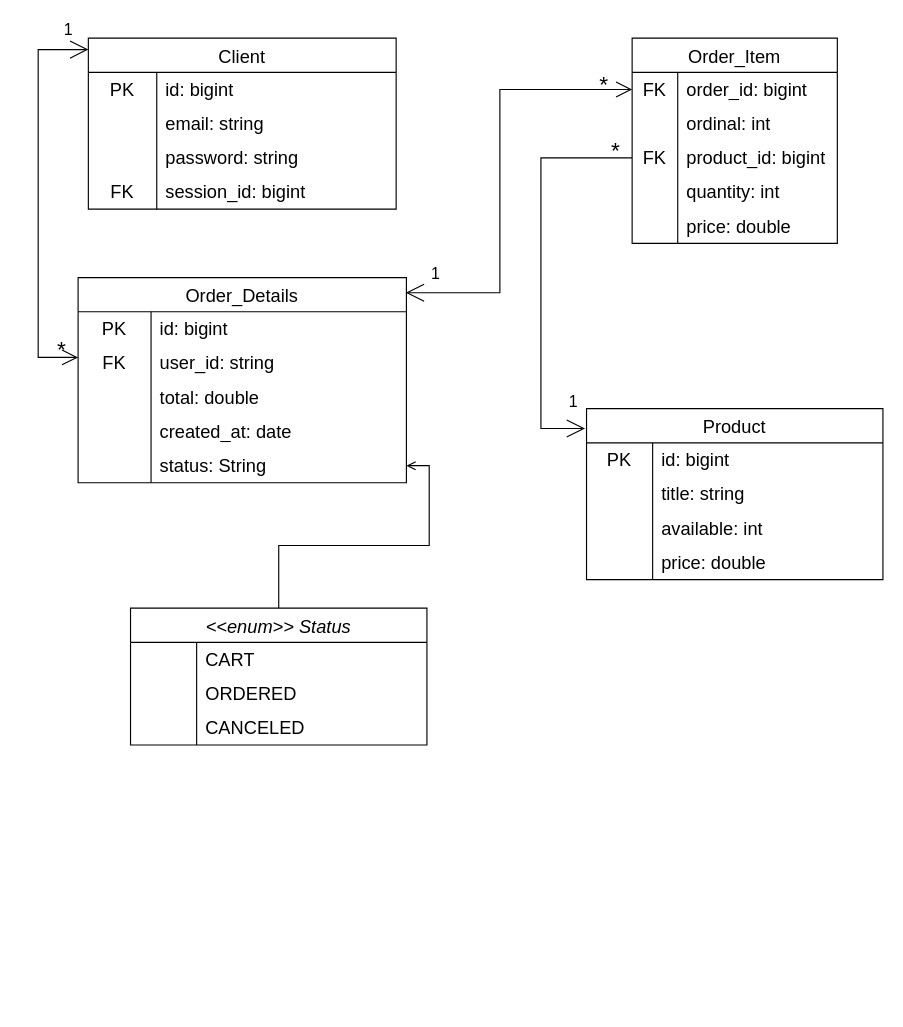
This is docs/shop-api.drawio from aniazio/shop-api, a draw.io file, before an edit. Source tidied: cells renumbered, new cells numbered last; positions are measured from the earlier drawing's top-left corner, leaving out a move shared by most shapes. Both pictures are drawn from the tidied source at 114%, with x=0, y=0 at pixel (38, 38).
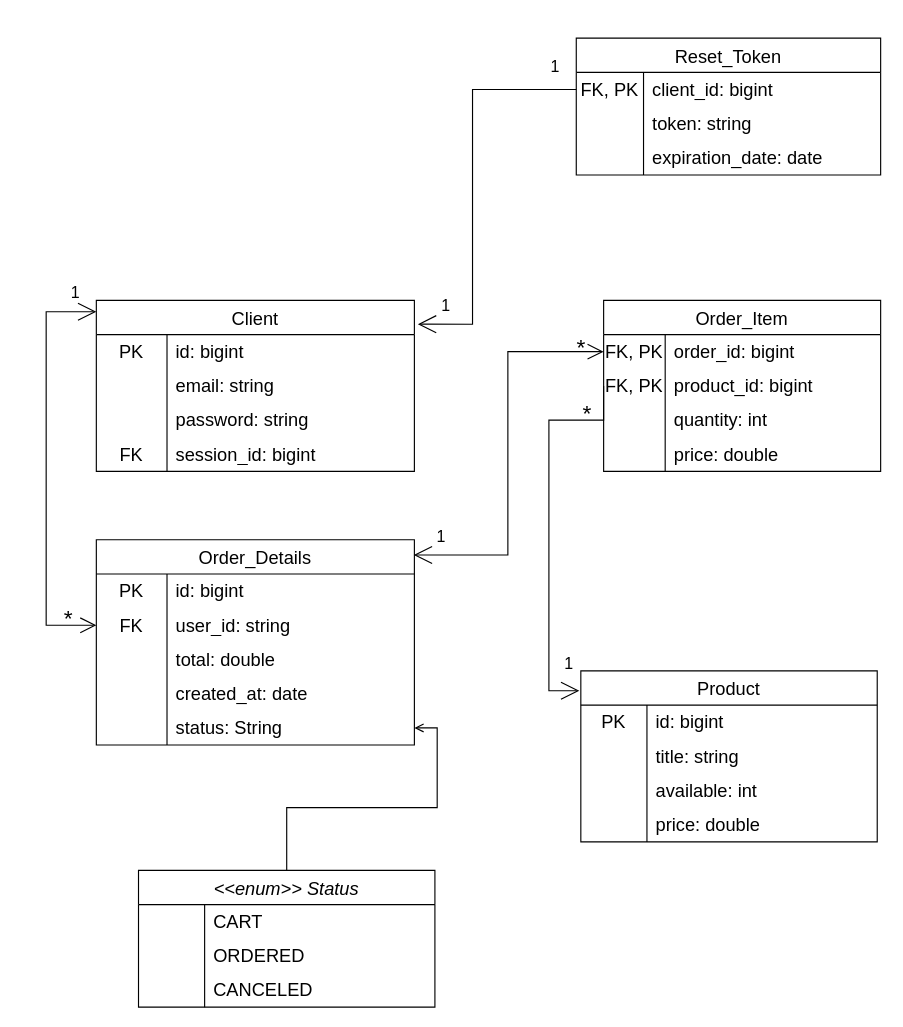
The same diagram, later.

What changed in the source:
```diff
@@
     <mxCell id="2" value="Order_Item" style="shape=table;startSize=30;childLayout=tableLayout;rowLines=0;fontStyle=0;strokeColor=default;fontSize=16;" parent="1" vertex="1">
-      <mxGeometry x="521" width="180" height="180" as="geometry" />
+      <mxGeometry x="496" y="230" width="243" height="150" as="geometry" />
     </mxCell>
     <mxCell id="3" style="shape=tableRow;horizontal=0;startSize=0;swimlaneHead=0;swimlaneBody=0;top=0;left=0;bottom=0;right=0;fillColor=none;points=[[0,0.5],[1,0.5]];portConstraint=eastwest;strokeColor=inherit;fontSize=16;" parent="2" vertex="1">
-      <mxGeometry y="30" width="180" height="30" as="geometry" />
+      <mxGeometry y="30" width="243" height="30" as="geometry" />
     </mxCell>
-    <mxCell id="4" value="FK" style="shape=partialRectangle;html=1;whiteSpace=wrap;fillColor=none;top=0;left=0;bottom=0;right=0;overflow=hidden;strokeColor=inherit;fontSize=16;" parent="3" vertex="1">
-      <mxGeometry width="40" height="30" as="geometry" />
+    <mxCell id="4" value="FK, PK" style="shape=partialRectangle;html=1;whiteSpace=wrap;fillColor=none;top=0;left=0;bottom=0;right=0;overflow=hidden;strokeColor=inherit;fontSize=16;" parent="3" vertex="1">
+      <mxGeometry width="54" height="30" as="geometry" />
     </mxCell>
     <mxCell id="5" value="order_id: bigint" style="shape=partialRectangle;html=1;whiteSpace=wrap;fillColor=none;top=0;left=0;bottom=0;right=0;align=left;spacingLeft=6;overflow=hidden;strokeColor=inherit;fontSize=16;" parent="3" vertex="1">
-      <mxGeometry x="40" width="140" height="30" as="geometry" />
+      <mxGeometry x="54" width="189" height="30" as="geometry" />
     </mxCell>
-    <mxCell id="6" style="shape=tableRow;horizontal=0;startSize=0;swimlaneHead=0;swimlaneBody=0;top=0;left=0;bottom=0;right=0;fillColor=none;strokeColor=inherit;fontSize=16;" parent="2" vertex="1">
-      <mxGeometry y="60" width="180" height="30" as="geometry" />
-    </mxCell>
-    <mxCell id="7" style="shape=partialRectangle;html=1;whiteSpace=wrap;fillColor=none;top=0;left=0;bottom=0;right=0;overflow=hidden;strokeColor=inherit;fontSize=16;" parent="6" vertex="1">
-      <mxGeometry width="40" height="30" as="geometry" />
-    </mxCell>
-    <mxCell id="8" value="ordinal: int" style="shape=partialRectangle;html=1;whiteSpace=wrap;fillColor=none;top=0;left=0;bottom=0;right=0;align=left;spacingLeft=6;overflow=hidden;strokeColor=inherit;fontSize=16;" parent="6" vertex="1">
-      <mxGeometry x="40" width="140" height="30" as="geometry" />
-    </mxCell>
     <mxCell id="9" style="shape=tableRow;horizontal=0;startSize=0;swimlaneHead=0;swimlaneBody=0;top=0;left=0;bottom=0;right=0;fillColor=none;points=[[0,0.5],[1,0.5]];portConstraint=eastwest;strokeColor=inherit;fontSize=16;" parent="2" vertex="1">
-      <mxGeometry y="90" width="180" height="30" as="geometry" />
+      <mxGeometry y="60" width="243" height="30" as="geometry" />
     </mxCell>
-    <mxCell id="10" value="FK" style="shape=partialRectangle;html=1;whiteSpace=wrap;fillColor=none;top=0;left=0;bottom=0;right=0;overflow=hidden;strokeColor=inherit;fontSize=16;" parent="9" vertex="1">
-      <mxGeometry width="40" height="30" as="geometry" />
+    <mxCell id="10" value="FK, PK" style="shape=partialRectangle;html=1;whiteSpace=wrap;fillColor=none;top=0;left=0;bottom=0;right=0;overflow=hidden;strokeColor=inherit;fontSize=16;" parent="9" vertex="1">
+      <mxGeometry width="54" height="30" as="geometry" />
     </mxCell>
     <mxCell id="11" value="product_id: bigint" style="shape=partialRectangle;html=1;whiteSpace=wrap;fillColor=none;top=0;left=0;bottom=0;right=0;align=left;spacingLeft=6;overflow=hidden;strokeColor=inherit;fontSize=16;" parent="9" vertex="1">
-      <mxGeometry x="40" width="140" height="30" as="geometry" />
+      <mxGeometry x="54" width="189" height="30" as="geometry" />
     </mxCell>
     <mxCell id="12" style="shape=tableRow;horizontal=0;startSize=0;swimlaneHead=0;swimlaneBody=0;top=0;left=0;bottom=0;right=0;fillColor=none;strokeColor=inherit;fontSize=16;" parent="2" vertex="1">
-      <mxGeometry y="120" width="180" height="30" as="geometry" />
+      <mxGeometry y="90" width="243" height="30" as="geometry" />
     </mxCell>
     <mxCell id="13" style="shape=partialRectangle;html=1;whiteSpace=wrap;fillColor=none;top=0;left=0;bottom=0;right=0;overflow=hidden;strokeColor=inherit;fontSize=16;" parent="12" vertex="1">
-      <mxGeometry width="40" height="30" as="geometry" />
+      <mxGeometry width="54" height="30" as="geometry" />
     </mxCell>
     <mxCell id="14" value="quantity: int" style="shape=partialRectangle;html=1;whiteSpace=wrap;fillColor=none;top=0;left=0;bottom=0;right=0;align=left;spacingLeft=6;overflow=hidden;strokeColor=inherit;fontSize=16;" parent="12" vertex="1">
-      <mxGeometry x="40" width="140" height="30" as="geometry" />
+      <mxGeometry x="54" width="189" height="30" as="geometry" />
     </mxCell>
     <mxCell id="15" style="shape=tableRow;horizontal=0;startSize=0;swimlaneHead=0;swimlaneBody=0;top=0;left=0;bottom=0;right=0;fillColor=none;strokeColor=inherit;fontSize=16;" parent="2" vertex="1">
-      <mxGeometry y="150" width="180" height="30" as="geometry" />
+      <mxGeometry y="120" width="243" height="30" as="geometry" />
     </mxCell>
     <mxCell id="16" style="shape=partialRectangle;html=1;whiteSpace=wrap;fillColor=none;top=0;left=0;bottom=0;right=0;overflow=hidden;strokeColor=inherit;fontSize=16;" parent="15" vertex="1">
-      <mxGeometry width="40" height="30" as="geometry" />
+      <mxGeometry width="54" height="30" as="geometry" />
     </mxCell>
     <mxCell id="17" value="price: double" style="shape=partialRectangle;html=1;whiteSpace=wrap;fillColor=none;top=0;left=0;bottom=0;right=0;align=left;spacingLeft=6;overflow=hidden;strokeColor=inherit;fontSize=16;" parent="15" vertex="1">
-      <mxGeometry x="40" width="140" height="30" as="geometry" />
+      <mxGeometry x="54" width="189" height="30" as="geometry" />
     </mxCell>
     <mxCell id="18" value="Order_Details" style="shape=table;startSize=30;childLayout=tableLayout;rowLines=0;fontStyle=0;strokeColor=default;fontSize=16;" parent="1" vertex="1">
-      <mxGeometry x="35" y="210" width="288" height="180" as="geometry" />
+      <mxGeometry x="51" y="440" width="279" height="180" as="geometry" />
     </mxCell>
     <mxCell id="19" style="shape=tableRow;horizontal=0;startSize=0;swimlaneHead=0;swimlaneBody=0;top=0;left=0;bottom=0;right=0;fillColor=none;strokeColor=inherit;fontSize=16;" parent="18" vertex="1">
-      <mxGeometry y="30" width="288" height="30" as="geometry" />
+      <mxGeometry y="30" width="279" height="30" as="geometry" />
     </mxCell>
     <mxCell id="20" value="PK" style="shape=partialRectangle;html=1;whiteSpace=wrap;fillColor=none;top=0;left=0;bottom=0;right=0;overflow=hidden;strokeColor=inherit;fontSize=16;" parent="19" vertex="1">
-      <mxGeometry width="64" height="30" as="geometry" />
+      <mxGeometry width="62" height="30" as="geometry" />
     </mxCell>
     <mxCell id="21" value="id: bigint" style="shape=partialRectangle;html=1;whiteSpace=wrap;fillColor=none;top=0;left=0;bottom=0;right=0;align=left;spacingLeft=6;overflow=hidden;strokeColor=inherit;fontSize=16;" parent="19" vertex="1">
-      <mxGeometry x="64" width="224" height="30" as="geometry" />
+      <mxGeometry x="62" width="217" height="30" as="geometry" />
     </mxCell>
     <mxCell id="22" style="shape=tableRow;horizontal=0;startSize=0;swimlaneHead=0;swimlaneBody=0;top=0;left=0;bottom=0;right=0;fillColor=none;points=[[0,0.5],[1,0.5]];portConstraint=eastwest;strokeColor=inherit;fontSize=16;" parent="18" vertex="1">
-      <mxGeometry y="60" width="288" height="30" as="geometry" />
+      <mxGeometry y="60" width="279" height="30" as="geometry" />
     </mxCell>
     <mxCell id="23" value="FK" style="shape=partialRectangle;html=1;whiteSpace=wrap;fillColor=none;top=0;left=0;bottom=0;right=0;overflow=hidden;strokeColor=inherit;fontSize=16;" parent="22" vertex="1">
-      <mxGeometry width="64" height="30" as="geometry" />
+      <mxGeometry width="62" height="30" as="geometry" />
     </mxCell>
     <mxCell id="24" value="user_id: string" style="shape=partialRectangle;html=1;whiteSpace=wrap;fillColor=none;top=0;left=0;bottom=0;right=0;align=left;spacingLeft=6;overflow=hidden;strokeColor=inherit;fontSize=16;" parent="22" vertex="1">
-      <mxGeometry x="64" width="224" height="30" as="geometry" />
+      <mxGeometry x="62" width="217" height="30" as="geometry" />
     </mxCell>
     <mxCell id="25" style="shape=tableRow;horizontal=0;startSize=0;swimlaneHead=0;swimlaneBody=0;top=0;left=0;bottom=0;right=0;fillColor=none;strokeColor=inherit;fontSize=16;" parent="18" vertex="1">
-      <mxGeometry y="90" width="288" height="30" as="geometry" />
+      <mxGeometry y="90" width="279" height="30" as="geometry" />
     </mxCell>
     <mxCell id="26" style="shape=partialRectangle;html=1;whiteSpace=wrap;fillColor=none;top=0;left=0;bottom=0;right=0;overflow=hidden;strokeColor=inherit;fontSize=16;" parent="25" vertex="1">
-      <mxGeometry width="64" height="30" as="geometry" />
+      <mxGeometry width="62" height="30" as="geometry" />
     </mxCell>
     <mxCell id="27" value="total: double" style="shape=partialRectangle;html=1;whiteSpace=wrap;fillColor=none;top=0;left=0;bottom=0;right=0;align=left;spacingLeft=6;overflow=hidden;strokeColor=inherit;fontSize=16;" parent="25" vertex="1">
-      <mxGeometry x="64" width="224" height="30" as="geometry" />
+      <mxGeometry x="62" width="217" height="30" as="geometry" />
     </mxCell>
     <mxCell id="28" style="shape=tableRow;horizontal=0;startSize=0;swimlaneHead=0;swimlaneBody=0;top=0;left=0;bottom=0;right=0;fillColor=none;strokeColor=inherit;fontSize=16;" parent="18" vertex="1">
-      <mxGeometry y="120" width="288" height="30" as="geometry" />
+      <mxGeometry y="120" width="279" height="30" as="geometry" />
     </mxCell>
     <mxCell id="29" style="shape=partialRectangle;html=1;whiteSpace=wrap;fillColor=none;top=0;left=0;bottom=0;right=0;overflow=hidden;strokeColor=inherit;fontSize=16;" parent="28" vertex="1">
-      <mxGeometry width="64" height="30" as="geometry" />
+      <mxGeometry width="62" height="30" as="geometry" />
     </mxCell>
     <mxCell id="30" value="created_at: date" style="shape=partialRectangle;html=1;whiteSpace=wrap;fillColor=none;top=0;left=0;bottom=0;right=0;align=left;spacingLeft=6;overflow=hidden;strokeColor=inherit;fontSize=16;" parent="28" vertex="1">
-      <mxGeometry x="64" width="224" height="30" as="geometry" />
+      <mxGeometry x="62" width="217" height="30" as="geometry" />
     </mxCell>
     <mxCell id="31" style="shape=tableRow;horizontal=0;startSize=0;swimlaneHead=0;swimlaneBody=0;top=0;left=0;bottom=0;right=0;fillColor=none;points=[[0,0.5],[1,0.5]];portConstraint=eastwest;strokeColor=inherit;fontSize=16;" parent="18" vertex="1">
-      <mxGeometry y="150" width="288" height="30" as="geometry" />
+      <mxGeometry y="150" width="279" height="30" as="geometry" />
     </mxCell>
     <mxCell id="32" style="shape=partialRectangle;html=1;whiteSpace=wrap;fillColor=none;top=0;left=0;bottom=0;right=0;overflow=hidden;strokeColor=inherit;fontSize=16;" parent="31" vertex="1">
-      <mxGeometry width="64" height="30" as="geometry" />
+      <mxGeometry width="62" height="30" as="geometry" />
     </mxCell>
     <mxCell id="33" value="status: String" style="shape=partialRectangle;html=1;whiteSpace=wrap;fillColor=none;top=0;left=0;bottom=0;right=0;align=left;spacingLeft=6;overflow=hidden;strokeColor=inherit;fontSize=16;" parent="31" vertex="1">
-      <mxGeometry x="64" width="224" height="30" as="geometry" />
+      <mxGeometry x="62" width="217" height="30" as="geometry" />
     </mxCell>
     <mxCell id="34" value="Product" style="shape=table;startSize=30;childLayout=tableLayout;rowLines=0;fontStyle=0;strokeColor=default;fontSize=16;" parent="1" vertex="1">
-      <mxGeometry x="481" y="325" width="260" height="150" as="geometry" />
+      <mxGeometry x="476" y="555" width="260" height="150" as="geometry" />
     </mxCell>
@@
     <mxCell id="47" value="Client" style="shape=table;startSize=30;childLayout=tableLayout;rowLines=0;fontStyle=0;strokeColor=default;fontSize=16;" parent="1" vertex="1">
-      <mxGeometry x="44" width="270" height="150" as="geometry" />
+      <mxGeometry x="51" y="230" width="279" height="150" as="geometry" />
     </mxCell>
     <mxCell id="48" style="shape=tableRow;horizontal=0;startSize=0;swimlaneHead=0;swimlaneBody=0;top=0;left=0;bottom=0;right=0;fillColor=none;strokeColor=inherit;fontSize=16;" parent="47" vertex="1">
-      <mxGeometry y="30" width="270" height="30" as="geometry" />
+      <mxGeometry y="30" width="279" height="30" as="geometry" />
     </mxCell>
     <mxCell id="49" value="PK" style="shape=partialRectangle;html=1;whiteSpace=wrap;fillColor=none;top=0;left=0;bottom=0;right=0;overflow=hidden;strokeColor=inherit;fontSize=16;" parent="48" vertex="1">
-      <mxGeometry width="60" height="30" as="geometry" />
+      <mxGeometry width="62" height="30" as="geometry" />
     </mxCell>
     <mxCell id="50" value="id: bigint" style="shape=partialRectangle;html=1;whiteSpace=wrap;fillColor=none;top=0;left=0;bottom=0;right=0;align=left;spacingLeft=6;overflow=hidden;strokeColor=inherit;fontSize=16;" parent="48" vertex="1">
-      <mxGeometry x="60" width="210" height="30" as="geometry" />
+      <mxGeometry x="62" width="217" height="30" as="geometry" />
     </mxCell>
     <mxCell id="51" style="shape=tableRow;horizontal=0;startSize=0;swimlaneHead=0;swimlaneBody=0;top=0;left=0;bottom=0;right=0;fillColor=none;strokeColor=inherit;fontSize=16;" parent="47" vertex="1">
-      <mxGeometry y="60" width="270" height="30" as="geometry" />
+      <mxGeometry y="60" width="279" height="30" as="geometry" />
     </mxCell>
     <mxCell id="52" style="shape=partialRectangle;html=1;whiteSpace=wrap;fillColor=none;top=0;left=0;bottom=0;right=0;overflow=hidden;strokeColor=inherit;fontSize=16;" parent="51" vertex="1">
-      <mxGeometry width="60" height="30" as="geometry" />
+      <mxGeometry width="62" height="30" as="geometry" />
     </mxCell>
     <mxCell id="53" value="email: string" style="shape=partialRectangle;html=1;whiteSpace=wrap;fillColor=none;top=0;left=0;bottom=0;right=0;align=left;spacingLeft=6;overflow=hidden;strokeColor=inherit;fontSize=16;" parent="51" vertex="1">
-      <mxGeometry x="60" width="210" height="30" as="geometry" />
+      <mxGeometry x="62" width="217" height="30" as="geometry" />
     </mxCell>
     <mxCell id="54" style="shape=tableRow;horizontal=0;startSize=0;swimlaneHead=0;swimlaneBody=0;top=0;left=0;bottom=0;right=0;fillColor=none;strokeColor=inherit;fontSize=16;" parent="47" vertex="1">
-      <mxGeometry y="90" width="270" height="30" as="geometry" />
+      <mxGeometry y="90" width="279" height="30" as="geometry" />
     </mxCell>
     <mxCell id="55" style="shape=partialRectangle;html=1;whiteSpace=wrap;fillColor=none;top=0;left=0;bottom=0;right=0;overflow=hidden;strokeColor=inherit;fontSize=16;" parent="54" vertex="1">
-      <mxGeometry width="60" height="30" as="geometry" />
+      <mxGeometry width="62" height="30" as="geometry" />
     </mxCell>
     <mxCell id="56" value="password: string" style="shape=partialRectangle;html=1;whiteSpace=wrap;fillColor=none;top=0;left=0;bottom=0;right=0;align=left;spacingLeft=6;overflow=hidden;strokeColor=inherit;fontSize=16;" parent="54" vertex="1">
-      <mxGeometry x="60" width="210" height="30" as="geometry" />
+      <mxGeometry x="62" width="217" height="30" as="geometry" />
     </mxCell>
     <mxCell id="57" style="shape=tableRow;horizontal=0;startSize=0;swimlaneHead=0;swimlaneBody=0;top=0;left=0;bottom=0;right=0;fillColor=none;strokeColor=inherit;fontSize=16;" parent="47" vertex="1">
-      <mxGeometry y="120" width="270" height="30" as="geometry" />
+      <mxGeometry y="120" width="279" height="30" as="geometry" />
     </mxCell>
     <mxCell id="58" value="FK" style="shape=partialRectangle;html=1;whiteSpace=wrap;fillColor=none;top=0;left=0;bottom=0;right=0;overflow=hidden;strokeColor=inherit;fontSize=16;" parent="57" vertex="1">
-      <mxGeometry width="60" height="30" as="geometry" />
+      <mxGeometry width="62" height="30" as="geometry" />
     </mxCell>
     <mxCell id="59" value="session_id: bigint" style="shape=partialRectangle;html=1;whiteSpace=wrap;fillColor=none;top=0;left=0;bottom=0;right=0;align=left;spacingLeft=6;overflow=hidden;strokeColor=inherit;fontSize=16;" parent="57" vertex="1">
-      <mxGeometry x="60" width="210" height="30" as="geometry" />
+      <mxGeometry x="62" width="217" height="30" as="geometry" />
     </mxCell>
     <mxCell id="60" value="&lt;font style=&quot;font-size: 14px;&quot;&gt;1&lt;/font&gt;" style="endArrow=open;html=1;endSize=12;startArrow=open;startSize=14;startFill=0;edgeStyle=orthogonalEdgeStyle;align=left;verticalAlign=bottom;rounded=0;exitX=0.998;exitY=0.074;exitDx=0;exitDy=0;endFill=0;entryX=0;entryY=0.5;entryDx=0;entryDy=0;exitPerimeter=0;" parent="1" edge="1" source="18" target="3">
       <mxGeometry x="-0.89" y="5" relative="1" as="geometry">
         <Array as="points">
-          <mxPoint x="405" y="223" />
-          <mxPoint x="405" y="45" />
+          <mxPoint x="412" y="453" />
+          <mxPoint x="412" y="275" />
         </Array>
       </mxGeometry>
     </mxCell>
     <mxCell id="61" value="&lt;span style=&quot;font-size: 20px;&quot;&gt;*&lt;/span&gt;" style="text;html=1;align=center;verticalAlign=middle;strokeColor=none;fillColor=none;" parent="1" vertex="1">
-      <mxGeometry x="481" y="20" width="30" height="40" as="geometry" />
+      <mxGeometry x="461" y="250" width="30" height="40" as="geometry" />
     </mxCell>
     <mxCell id="62" value="&lt;font style=&quot;font-size: 14px;&quot;&gt;1&lt;/font&gt;" style="endArrow=none;html=1;endSize=12;startArrow=open;startSize=14;startFill=0;edgeStyle=orthogonalEdgeStyle;align=left;verticalAlign=bottom;rounded=0;endFill=0;entryX=0;entryY=0.5;entryDx=0;entryDy=0;exitX=-0.005;exitY=0.116;exitDx=0;exitDy=0;exitPerimeter=0;" parent="1" edge="1" source="34" target="9">
       <mxGeometry x="-0.91" y="-12" relative="1" as="geometry">
         <Array as="points">
-          <mxPoint x="441" y="342" />
-          <mxPoint x="441" y="105" />
+          <mxPoint x="448" y="572" />
+          <mxPoint x="448" y="335" />
         </Array>
       </mxGeometry>
     </mxCell>
     <mxCell id="63" value="&lt;span style=&quot;font-size: 20px; text-align: center; text-wrap: nowrap;&quot;&gt;*&lt;/span&gt;" style="text;whiteSpace=wrap;html=1;" parent="1" vertex="1">
-      <mxGeometry x="501" y="80" width="40" height="40" as="geometry" />
+      <mxGeometry x="476" y="310" width="40" height="40" as="geometry" />
     </mxCell>
-    <mxCell id="64" value="&lt;font style=&quot;font-size: 14px;&quot;&gt;1&lt;/font&gt;" style="endArrow=open;html=1;endSize=12;startArrow=open;startSize=14;startFill=0;edgeStyle=orthogonalEdgeStyle;align=left;verticalAlign=bottom;rounded=0;endFill=0;" parent="1" edge="1">
+    <mxCell id="64" value="&lt;font style=&quot;font-size: 14px;&quot;&gt;1&lt;/font&gt;" style="endArrow=open;html=1;endSize=12;startArrow=open;startSize=14;startFill=0;edgeStyle=orthogonalEdgeStyle;align=left;verticalAlign=bottom;rounded=0;endFill=0;entryX=0;entryY=0.5;entryDx=0;entryDy=0;" parent="1" edge="1" target="22">
       <mxGeometry x="-0.87" y="-6" relative="1" as="geometry">
-        <mxPoint x="44" y="10" as="sourcePoint" />
-        <mxPoint x="35" y="280" as="targetPoint" />
+        <mxPoint x="51" y="240" as="sourcePoint" />
         <Array as="points">
-          <mxPoint y="10" />
-          <mxPoint y="280" />
-          <mxPoint x="35" y="280" />
+          <mxPoint x="7" y="240" />
+          <mxPoint x="7" y="515" />
         </Array>
       </mxGeometry>
     </mxCell>
     <mxCell id="65" value="&lt;span style=&quot;font-size: 20px; text-align: center; text-wrap: nowrap;&quot;&gt;*&lt;/span&gt;" style="text;whiteSpace=wrap;html=1;" parent="1" vertex="1">
-      <mxGeometry x="15" y="254" width="30" height="50" as="geometry" />
+      <mxGeometry x="21" y="490" width="30" height="50" as="geometry" />
     </mxCell>
@@
     <mxCell id="67" value="&lt;&lt;enum&gt;&gt; Status" style="shape=table;startSize=30;childLayout=tableLayout;rowLines=0;fontStyle=2;strokeColor=default;fontSize=16;" parent="1" vertex="1">
-      <mxGeometry x="81" y="500" width="260" height="120" as="geometry" />
+      <mxGeometry x="88" y="730" width="260" height="120" as="geometry" />
     </mxCell>
@@
+    <mxCell id="77" value="Reset_Token" style="shape=table;startSize=30;childLayout=tableLayout;rowLines=0;fontStyle=0;strokeColor=default;fontSize=16;" parent="1" vertex="1">
+      <mxGeometry x="472" width="267" height="120" as="geometry" />
+    </mxCell>
+    <mxCell id="78" style="shape=tableRow;horizontal=0;startSize=0;swimlaneHead=0;swimlaneBody=0;top=0;left=0;bottom=0;right=0;fillColor=none;points=[[0,0.5],[1,0.5]];portConstraint=eastwest;strokeColor=inherit;fontSize=16;" parent="77" vertex="1">
+      <mxGeometry y="30" width="267" height="30" as="geometry" />
+    </mxCell>
+    <mxCell id="79" value="FK, PK" style="shape=partialRectangle;html=1;whiteSpace=wrap;fillColor=none;top=0;left=0;bottom=0;right=0;overflow=hidden;strokeColor=inherit;fontSize=16;" parent="78" vertex="1">
+      <mxGeometry width="59" height="30" as="geometry" />
+    </mxCell>
+    <mxCell id="80" value="client_id: bigint" style="shape=partialRectangle;html=1;whiteSpace=wrap;fillColor=none;top=0;left=0;bottom=0;right=0;align=left;spacingLeft=6;overflow=hidden;strokeColor=inherit;fontSize=16;" parent="78" vertex="1">
+      <mxGeometry x="59" width="208" height="30" as="geometry" />
+    </mxCell>
+    <mxCell id="81" style="shape=tableRow;horizontal=0;startSize=0;swimlaneHead=0;swimlaneBody=0;top=0;left=0;bottom=0;right=0;fillColor=none;strokeColor=inherit;fontSize=16;" parent="77" vertex="1">
+      <mxGeometry y="60" width="267" height="30" as="geometry" />
+    </mxCell>
+    <mxCell id="82" style="shape=partialRectangle;html=1;whiteSpace=wrap;fillColor=none;top=0;left=0;bottom=0;right=0;overflow=hidden;strokeColor=inherit;fontSize=16;" parent="81" vertex="1">
+      <mxGeometry width="59" height="30" as="geometry" />
+    </mxCell>
+    <mxCell id="83" value="token: string" style="shape=partialRectangle;html=1;whiteSpace=wrap;fillColor=none;top=0;left=0;bottom=0;right=0;align=left;spacingLeft=6;overflow=hidden;strokeColor=inherit;fontSize=16;" parent="81" vertex="1">
+      <mxGeometry x="59" width="208" height="30" as="geometry" />
+    </mxCell>
+    <mxCell id="84" style="shape=tableRow;horizontal=0;startSize=0;swimlaneHead=0;swimlaneBody=0;top=0;left=0;bottom=0;right=0;fillColor=none;strokeColor=inherit;fontSize=16;" parent="77" vertex="1">
+      <mxGeometry y="90" width="267" height="30" as="geometry" />
+    </mxCell>
+    <mxCell id="85" style="shape=partialRectangle;html=1;whiteSpace=wrap;fillColor=none;top=0;left=0;bottom=0;right=0;overflow=hidden;strokeColor=inherit;fontSize=16;" parent="84" vertex="1">
+      <mxGeometry width="59" height="30" as="geometry" />
+    </mxCell>
+    <mxCell id="86" value="expiration_date: date" style="shape=partialRectangle;html=1;whiteSpace=wrap;fillColor=none;top=0;left=0;bottom=0;right=0;align=left;spacingLeft=6;overflow=hidden;strokeColor=inherit;fontSize=16;" parent="84" vertex="1">
+      <mxGeometry x="59" width="208" height="30" as="geometry" />
+    </mxCell>
+    <mxCell id="87" value="&lt;font style=&quot;font-size: 14px;&quot;&gt;1&lt;/font&gt;" style="endArrow=none;html=1;endSize=12;startArrow=open;startSize=14;startFill=0;edgeStyle=orthogonalEdgeStyle;align=left;verticalAlign=bottom;rounded=0;exitX=1.011;exitY=0.139;exitDx=0;exitDy=0;endFill=0;entryX=0;entryY=0.5;entryDx=0;entryDy=0;exitPerimeter=0;" parent="1" edge="1" source="47" target="78">
+      <mxGeometry x="-0.89" y="5" relative="1" as="geometry">
+        <Array as="points">
+          <mxPoint x="381" y="251" />
+          <mxPoint x="381" y="45" />
+        </Array>
+      </mxGeometry>
+    </mxCell>
+    <mxCell id="88" value="&lt;span style=&quot;text-align: center; text-wrap: nowrap;&quot;&gt;&lt;font style=&quot;font-size: 14px;&quot;&gt;1&lt;/font&gt;&lt;/span&gt;" style="text;whiteSpace=wrap;html=1;" parent="1" vertex="1">
+      <mxGeometry x="448" y="10" width="40" height="40" as="geometry" />
+    </mxCell>
```
